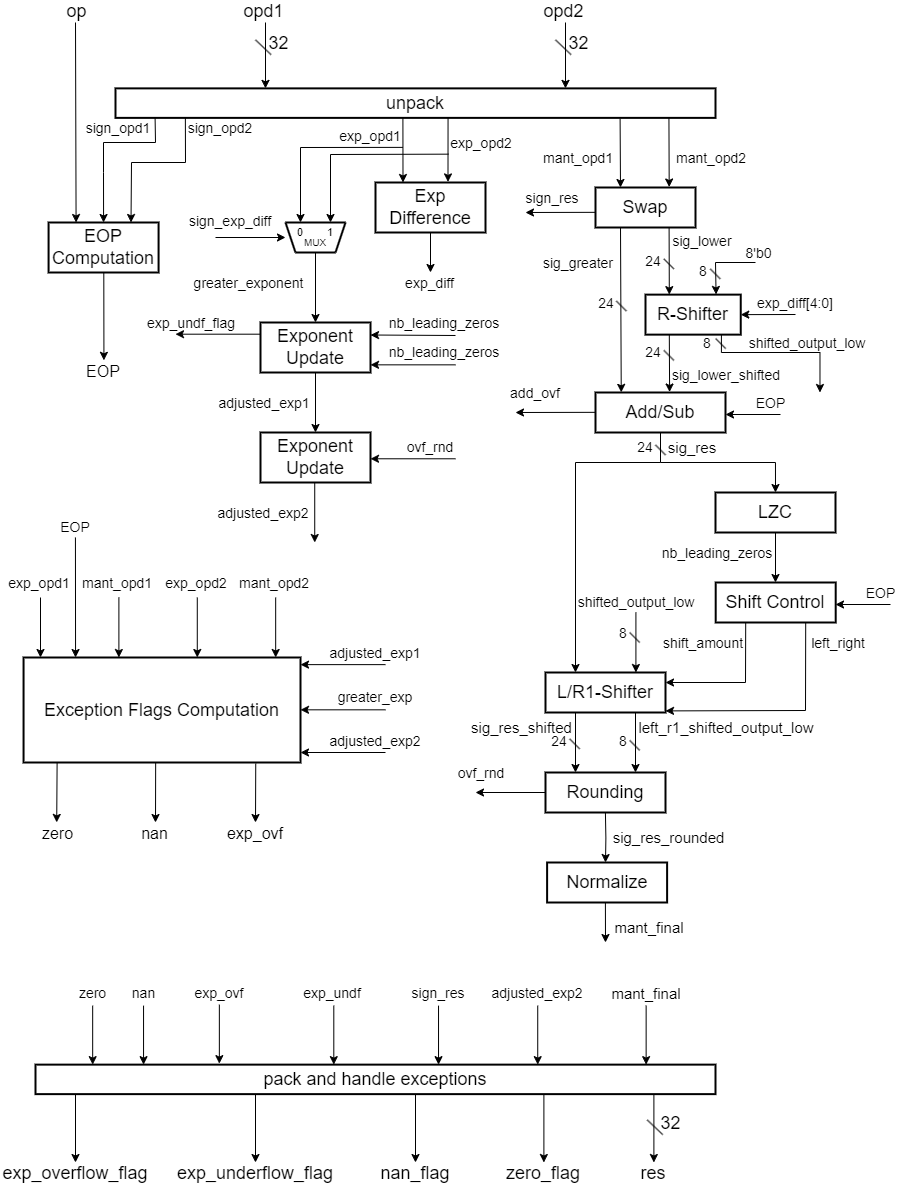
This is fp_add_sub/schematic/fp_add_sub.png from mik300/fpu_design, a draw.io export, as it was before one commit. Source tidied: cells renumbered, new cells last; positions are measured from the earlier drawing's top-left corner, leaving out a move shared by most shapes.
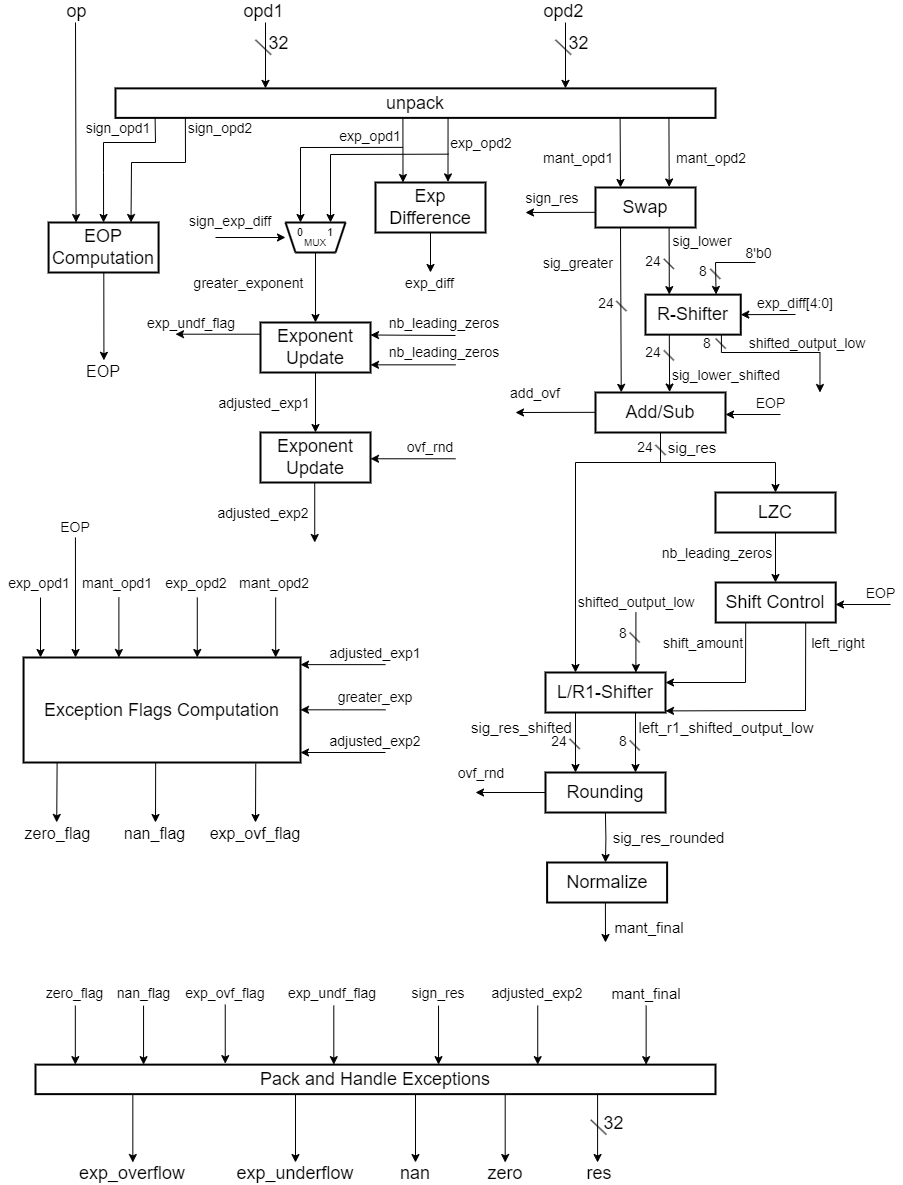
After the change.

The edit, as a diff of the source:
```diff
@@ -429,7 +429,7 @@
     <mxCell id="104" value="&lt;span style=&quot;font-size: 14px;&quot;&gt;mant_opd2&lt;/span&gt;" style="text;html=1;align=center;verticalAlign=middle;whiteSpace=wrap;rounded=0;" parent="1" vertex="1">
       <mxGeometry x="235.2" y="572" width="78.4" height="22.1" as="geometry" />
     </mxCell>
-    <mxCell id="105" value="&lt;font style=&quot;font-size: 16px;&quot;&gt;nan&lt;/font&gt;" style="text;html=1;align=center;verticalAlign=middle;whiteSpace=wrap;rounded=0;" parent="1" vertex="1">
+    <mxCell id="105" value="&lt;font style=&quot;font-size: 16px;&quot;&gt;nan_flag&lt;/font&gt;" style="text;html=1;align=center;verticalAlign=middle;whiteSpace=wrap;rounded=0;" parent="1" vertex="1">
       <mxGeometry x="131.8" y="822" width="45.3" height="22.1" as="geometry" />
     </mxCell>
     <mxCell id="106" value="&lt;span style=&quot;font-size: 14px;&quot;&gt;greater_exp&lt;/span&gt;" style="text;html=1;align=center;verticalAlign=middle;whiteSpace=wrap;rounded=0;" parent="1" vertex="1">
@@ -441,7 +441,7 @@
     <mxCell id="108" value="&lt;span style=&quot;font-size: 14px;&quot;&gt;adjusted_exp2&lt;/span&gt;" style="text;html=1;align=center;verticalAlign=middle;whiteSpace=wrap;rounded=0;" parent="1" vertex="1">
       <mxGeometry x="330" y="729.9" width="90" height="22.1" as="geometry" />
     </mxCell>
-    <mxCell id="109" value="&lt;font style=&quot;font-size: 16px;&quot;&gt;exp_ovf&lt;/font&gt;" style="text;html=1;align=center;verticalAlign=middle;whiteSpace=wrap;rounded=0;" parent="1" vertex="1">
+    <mxCell id="109" value="&lt;font style=&quot;font-size: 16px;&quot;&gt;exp_ovf_flag&lt;/font&gt;" style="text;html=1;align=center;verticalAlign=middle;whiteSpace=wrap;rounded=0;" parent="1" vertex="1">
       <mxGeometry x="215" y="822" width="80" height="22.1" as="geometry" />
     </mxCell>
     <mxCell id="110" style="endArrow=classic;html=1;rounded=0;entryX=1;entryY=0.25;entryDx=0;entryDy=0;" parent="1" edge="1">
@@ -468,10 +468,10 @@
         <mxPoint x="255" y="822" as="targetPoint" />
       </mxGeometry>
     </mxCell>
-    <mxCell id="114" value="&lt;font style=&quot;font-size: 18px;&quot;&gt;pack and handle exceptions&lt;/font&gt;" style="rounded=0;whiteSpace=wrap;html=1;strokeWidth=2;" parent="1" vertex="1">
+    <mxCell id="114" value="&lt;font style=&quot;font-size: 18px;&quot;&gt;Pack and Handle Exceptions&lt;/font&gt;" style="rounded=0;whiteSpace=wrap;html=1;strokeWidth=2;" parent="1" vertex="1">
       <mxGeometry x="35" y="1064.1" width="680" height="29.5" as="geometry" />
     </mxCell>
-    <mxCell id="115" value="&lt;font style=&quot;font-size: 14px;&quot;&gt;nan&lt;/font&gt;" style="text;html=1;align=center;verticalAlign=middle;whiteSpace=wrap;rounded=0;" parent="1" vertex="1">
+    <mxCell id="115" value="&lt;font style=&quot;font-size: 14px;&quot;&gt;nan_flag&lt;/font&gt;" style="text;html=1;align=center;verticalAlign=middle;whiteSpace=wrap;rounded=0;" parent="1" vertex="1">
       <mxGeometry x="120.6" y="982" width="45.3" height="22.1" as="geometry" />
     </mxCell>
     <mxCell id="116" style="endArrow=classic;html=1;rounded=0;exitX=0.477;exitY=0.998;exitDx=0;exitDy=0;exitPerimeter=0;" parent="1" edge="1" source="96">
@@ -487,14 +487,14 @@
     </mxCell>
     <mxCell id="118" style="endArrow=classic;html=1;rounded=0;exitX=0.712;exitY=1.01;exitDx=0;exitDy=0;exitPerimeter=0;" parent="1" edge="1">
       <mxGeometry relative="1" as="geometry">
-        <mxPoint x="218.8" y="1004.1" as="sourcePoint" />
-        <mxPoint x="218.8" y="1063.1" as="targetPoint" />
+        <mxPoint x="224.8" y="1004.1" as="sourcePoint" />
+        <mxPoint x="224.8" y="1063.1" as="targetPoint" />
       </mxGeometry>
     </mxCell>
-    <mxCell id="119" value="&lt;font style=&quot;font-size: 14px;&quot;&gt;exp_ovf&lt;/font&gt;" style="text;html=1;align=center;verticalAlign=middle;whiteSpace=wrap;rounded=0;" parent="1" vertex="1">
-      <mxGeometry x="179" y="982" width="80" height="22.1" as="geometry" />
+    <mxCell id="119" value="&lt;font style=&quot;font-size: 14px;&quot;&gt;exp_ovf_flag&lt;/font&gt;" style="text;html=1;align=center;verticalAlign=middle;whiteSpace=wrap;rounded=0;" parent="1" vertex="1">
+      <mxGeometry x="184.9" y="982" width="80" height="22.1" as="geometry" />
     </mxCell>
-    <mxCell id="120" value="&lt;span style=&quot;font-size: 14px;&quot;&gt;exp_undf&lt;/span&gt;" style="text;html=1;align=center;verticalAlign=middle;whiteSpace=wrap;rounded=0;" parent="1" vertex="1">
+    <mxCell id="120" value="&lt;span style=&quot;font-size: 14px;&quot;&gt;exp_undf_flag&lt;/span&gt;" style="text;html=1;align=center;verticalAlign=middle;whiteSpace=wrap;rounded=0;" parent="1" vertex="1">
       <mxGeometry x="269.1" y="982" width="125.9" height="22.1" as="geometry" />
     </mxCell>
     <mxCell id="121" style="endArrow=classic;html=1;rounded=0;" parent="1" edge="1">
@@ -545,45 +545,46 @@
         <mxPoint x="537.2" y="1064.1" as="targetPoint" />
       </mxGeometry>
     </mxCell>
-    <mxCell id="131" style="endArrow=classic;html=1;rounded=0;exitX=0.712;exitY=1.01;exitDx=0;exitDy=0;exitPerimeter=0;entryX=0.5;entryY=0;entryDx=0;entryDy=0;" parent="1" edge="1" target="132">
+    <mxCell id="131" style="endArrow=classic;html=1;rounded=0;exitX=0.712;exitY=1.01;exitDx=0;exitDy=0;exitPerimeter=0;entryX=0.5;entryY=0;entryDx=0;entryDy=0;" parent="1" edge="1">
       <mxGeometry relative="1" as="geometry">
-        <mxPoint x="653.4" y="1093.6" as="sourcePoint" />
+        <mxPoint x="597.1" y="1093.6" as="sourcePoint" />
+        <mxPoint x="597.1" y="1162" as="targetPoint" />
       </mxGeometry>
     </mxCell>
     <mxCell id="132" value="&lt;font style=&quot;font-size: 18px;&quot;&gt;res&lt;/font&gt;" style="text;html=1;align=center;verticalAlign=middle;whiteSpace=wrap;rounded=0;" parent="1" vertex="1">
-      <mxGeometry x="613.4" y="1162" width="80" height="22.1" as="geometry" />
+      <mxGeometry x="559.2" y="1162" width="80" height="22.1" as="geometry" />
     </mxCell>
     <mxCell id="133" style="endArrow=none;html=1;rounded=0;" parent="1" edge="1">
       <mxGeometry relative="1" as="geometry">
-        <mxPoint x="646.7" y="1119.4" as="sourcePoint" />
-        <mxPoint x="662.3" y="1134.1" as="targetPoint" />
+        <mxPoint x="590.4" y="1119.4" as="sourcePoint" />
+        <mxPoint x="605.9" y="1134.1" as="targetPoint" />
       </mxGeometry>
     </mxCell>
     <mxCell id="134" value="&lt;font style=&quot;font-size: 18px;&quot;&gt;32&lt;/font&gt;" style="text;html=1;align=center;verticalAlign=middle;whiteSpace=wrap;rounded=0;" parent="1" vertex="1">
-      <mxGeometry x="646.7" y="1112" width="46.7" height="22.1" as="geometry" />
+      <mxGeometry x="590.4" y="1112" width="46.7" height="22.1" as="geometry" />
     </mxCell>
     <mxCell id="135" style="endArrow=classic;html=1;rounded=0;exitX=0.712;exitY=1.01;exitDx=0;exitDy=0;exitPerimeter=0;entryX=0.5;entryY=0;entryDx=0;entryDy=0;" parent="1" edge="1" target="136">
       <mxGeometry relative="1" as="geometry">
-        <mxPoint x="75" y="1093.6" as="sourcePoint" />
+        <mxPoint x="132.3" y="1093.6" as="sourcePoint" />
       </mxGeometry>
     </mxCell>
-    <mxCell id="136" value="&lt;font style=&quot;font-size: 18px;&quot;&gt;exp_overflow_flag&lt;/font&gt;" style="text;html=1;align=center;verticalAlign=middle;whiteSpace=wrap;rounded=0;" parent="1" vertex="1">
-      <mxGeometry x="35" y="1162" width="80" height="22.1" as="geometry" />
+    <mxCell id="136" value="&lt;font style=&quot;font-size: 18px;&quot;&gt;exp_overflow&lt;/font&gt;" style="text;html=1;align=center;verticalAlign=middle;whiteSpace=wrap;rounded=0;" parent="1" vertex="1">
+      <mxGeometry x="92.3" y="1162" width="80" height="22.1" as="geometry" />
     </mxCell>
     <mxCell id="137" style="endArrow=classic;html=1;rounded=0;exitX=0.712;exitY=1.01;exitDx=0;exitDy=0;exitPerimeter=0;entryX=0.5;entryY=0;entryDx=0;entryDy=0;" parent="1" edge="1" target="138">
       <mxGeometry relative="1" as="geometry">
-        <mxPoint x="255" y="1093.6" as="sourcePoint" />
+        <mxPoint x="295" y="1093.6" as="sourcePoint" />
       </mxGeometry>
     </mxCell>
-    <mxCell id="138" value="&lt;font style=&quot;font-size: 18px;&quot;&gt;exp_underflow_flag&lt;/font&gt;" style="text;html=1;align=center;verticalAlign=middle;whiteSpace=wrap;rounded=0;" parent="1" vertex="1">
-      <mxGeometry x="215" y="1162" width="80" height="22.1" as="geometry" />
+    <mxCell id="138" value="&lt;font style=&quot;font-size: 18px;&quot;&gt;exp_underflow&lt;/font&gt;" style="text;html=1;align=center;verticalAlign=middle;whiteSpace=wrap;rounded=0;" parent="1" vertex="1">
+      <mxGeometry x="255" y="1162" width="80" height="22.1" as="geometry" />
     </mxCell>
     <mxCell id="139" style="endArrow=classic;html=1;rounded=0;exitX=0.712;exitY=1.01;exitDx=0;exitDy=0;exitPerimeter=0;entryX=0.5;entryY=0;entryDx=0;entryDy=0;" parent="1" edge="1" target="140">
       <mxGeometry relative="1" as="geometry">
         <mxPoint x="415" y="1093.6" as="sourcePoint" />
       </mxGeometry>
     </mxCell>
-    <mxCell id="140" value="&lt;span style=&quot;font-size: 18px;&quot;&gt;nan_flag&lt;/span&gt;" style="text;html=1;align=center;verticalAlign=middle;whiteSpace=wrap;rounded=0;" parent="1" vertex="1">
+    <mxCell id="140" value="&lt;span style=&quot;font-size: 18px;&quot;&gt;nan&lt;/span&gt;" style="text;html=1;align=center;verticalAlign=middle;whiteSpace=wrap;rounded=0;" parent="1" vertex="1">
       <mxGeometry x="375" y="1162" width="80" height="22.1" as="geometry" />
     </mxCell>
     <mxCell id="141" style="endArrow=classic;html=1;rounded=0;exitX=0.75;exitY=1;exitDx=0;exitDy=0;" parent="1" edge="1">
@@ -708,13 +709,13 @@
     </mxCell>
     <mxCell id="167" style="endArrow=classic;html=1;rounded=0;exitX=0.712;exitY=1.01;exitDx=0;exitDy=0;exitPerimeter=0;entryX=0.5;entryY=0;entryDx=0;entryDy=0;" parent="1" edge="1" target="168">
       <mxGeometry relative="1" as="geometry">
-        <mxPoint x="543.4" y="1093.6" as="sourcePoint" />
+        <mxPoint x="504.7" y="1093.6" as="sourcePoint" />
       </mxGeometry>
     </mxCell>
-    <mxCell id="168" value="&lt;span style=&quot;font-size: 18px;&quot;&gt;zero_flag&lt;/span&gt;" style="text;html=1;align=center;verticalAlign=middle;whiteSpace=wrap;rounded=0;" parent="1" vertex="1">
-      <mxGeometry x="503.4" y="1162" width="80" height="22.1" as="geometry" />
+    <mxCell id="168" value="&lt;span style=&quot;font-size: 18px;&quot;&gt;zero&lt;/span&gt;" style="text;html=1;align=center;verticalAlign=middle;whiteSpace=wrap;rounded=0;" parent="1" vertex="1">
+      <mxGeometry x="464.7" y="1162" width="80" height="22.1" as="geometry" />
     </mxCell>
-    <mxCell id="169" value="&lt;font style=&quot;font-size: 16px;&quot;&gt;zero&lt;/font&gt;" style="text;html=1;align=center;verticalAlign=middle;whiteSpace=wrap;rounded=0;" parent="1" vertex="1">
+    <mxCell id="169" value="&lt;font style=&quot;font-size: 16px;&quot;&gt;zero_flag&lt;/font&gt;" style="text;html=1;align=center;verticalAlign=middle;whiteSpace=wrap;rounded=0;" parent="1" vertex="1">
       <mxGeometry x="35" y="822" width="45.3" height="22.1" as="geometry" />
     </mxCell>
     <mxCell id="170" style="endArrow=classic;html=1;rounded=0;exitX=0.712;exitY=1.01;exitDx=0;exitDy=0;exitPerimeter=0;entryX=0.468;entryY=-0.004;entryDx=0;entryDy=0;entryPerimeter=0;" parent="1" edge="1" target="169">
@@ -722,13 +723,13 @@
         <mxPoint x="56.6" y="762" as="sourcePoint" />
       </mxGeometry>
     </mxCell>
-    <mxCell id="171" value="&lt;font style=&quot;font-size: 14px;&quot;&gt;zero&lt;/font&gt;" style="text;html=1;align=center;verticalAlign=middle;whiteSpace=wrap;rounded=0;" parent="1" vertex="1">
-      <mxGeometry x="69.7" y="982" width="45.3" height="22.1" as="geometry" />
+    <mxCell id="171" value="&lt;font style=&quot;font-size: 14px;&quot;&gt;zero_flag&lt;/font&gt;" style="text;html=1;align=center;verticalAlign=middle;whiteSpace=wrap;rounded=0;" parent="1" vertex="1">
+      <mxGeometry x="52.4" y="982" width="45.3" height="22.1" as="geometry" />
     </mxCell>
     <mxCell id="172" style="endArrow=classic;html=1;rounded=0;exitX=0.712;exitY=1.01;exitDx=0;exitDy=0;exitPerimeter=0;" parent="1" edge="1">
       <mxGeometry relative="1" as="geometry">
-        <mxPoint x="92.2" y="1005.1" as="sourcePoint" />
-        <mxPoint x="92.2" y="1064.1" as="targetPoint" />
+        <mxPoint x="74.8" y="1005.1" as="sourcePoint" />
+        <mxPoint x="74.8" y="1064.1" as="targetPoint" />
       </mxGeometry>
     </mxCell>
     <mxCell id="173" style="endArrow=classic;html=1;rounded=0;entryX=0.188;entryY=0.048;entryDx=0;entryDy=0;entryPerimeter=0;" parent="1" edge="1">
```
